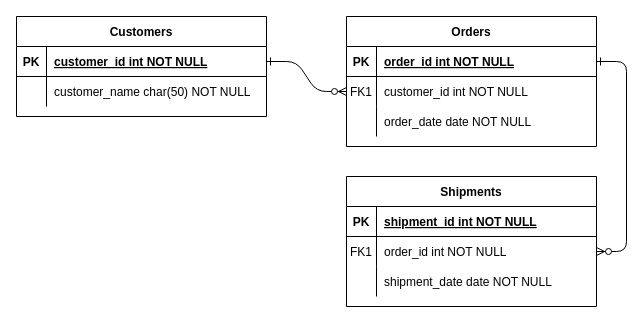
This is 未命名绘图.drawio from EddyGogogo/UML, a draw.io file, before an edit. Source tidied: cells renumbered, new cells numbered last; positions are measured from the earlier drawing's top-left corner, leaving out a move shared by most shapes. Both pictures are drawn from the tidied source at 100%, with x=0, y=0 at pixel (16, 16).
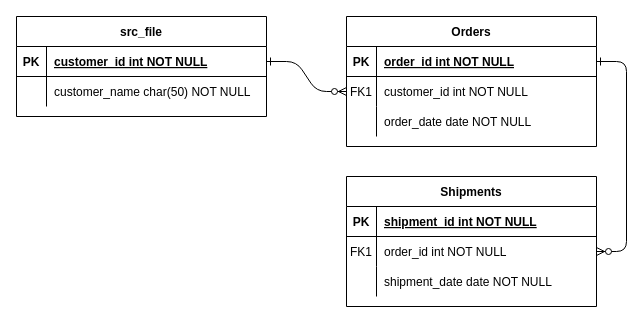
The same page after the edit.

What changed in the source:
```diff
@@
-    <mxCell id="24" value="Customers" style="shape=table;startSize=30;childLayout=tableLayout;rowLines=0;fontStyle=1;align=center;" parent="1" vertex="1">
+    <mxCell id="24" value="src_file" style="shape=table;startSize=30;childLayout=tableLayout;rowLines=0;fontStyle=1;align=center;" parent="1" vertex="1">
       <mxGeometry width="250" height="100" as="geometry" />
     </mxCell>
```
